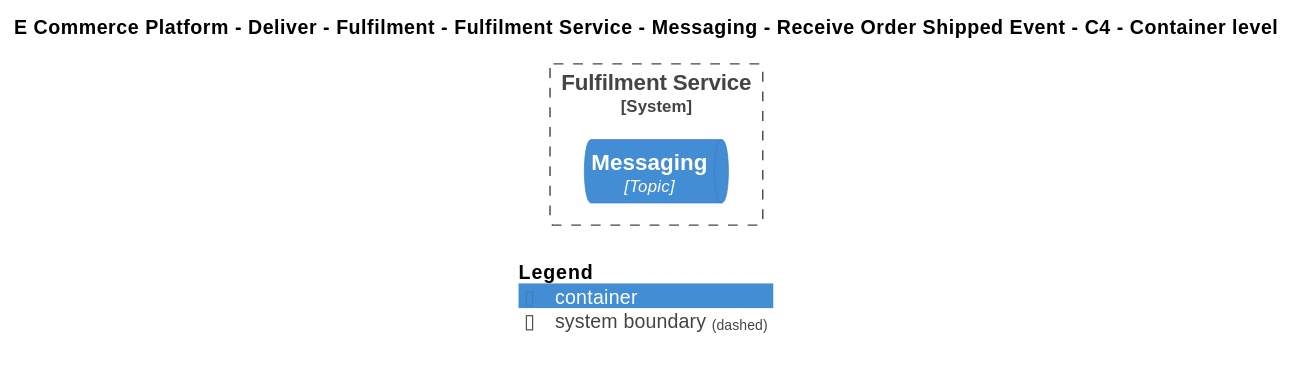
This is Samples/E-Commerce Platform/Yaml/Diagrams/E Commerce Platform/Deliver/Fulfilment/Software Systems/Fulfilment Service/Containers/Messaging/Interfaces/Receive Order Shipped Event/Container - C4.svg from mnadenysenko/C4InterFlow, a PlantUML export, as it was before one commit.
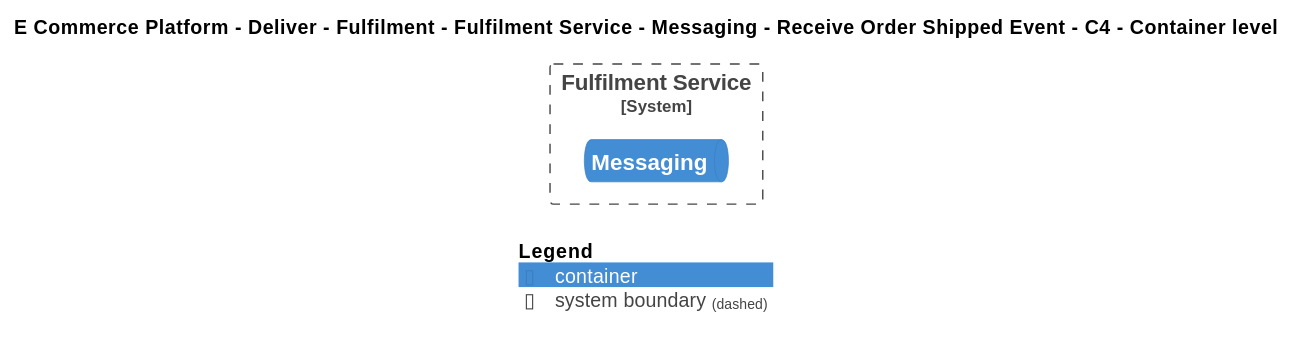
Later version of the same file.

What changed in the source:
```diff
@@ -18,7 +18,7 @@
 
 
 System_Boundary(ECommercePlatform.Deliver.Fulfilment.SoftwareSystems.FulfilmentService, "Fulfilment Service") {
-    ContainerQueue(ECommercePlatform.Deliver.Fulfilment.SoftwareSystems.FulfilmentService.Containers.Messaging, "Messaging", "Topic", "")
+    ContainerQueue(ECommercePlatform.Deliver.Fulfilment.SoftwareSystems.FulfilmentService.Containers.Messaging, "Messaging", "", "")
 }
 
 
```
